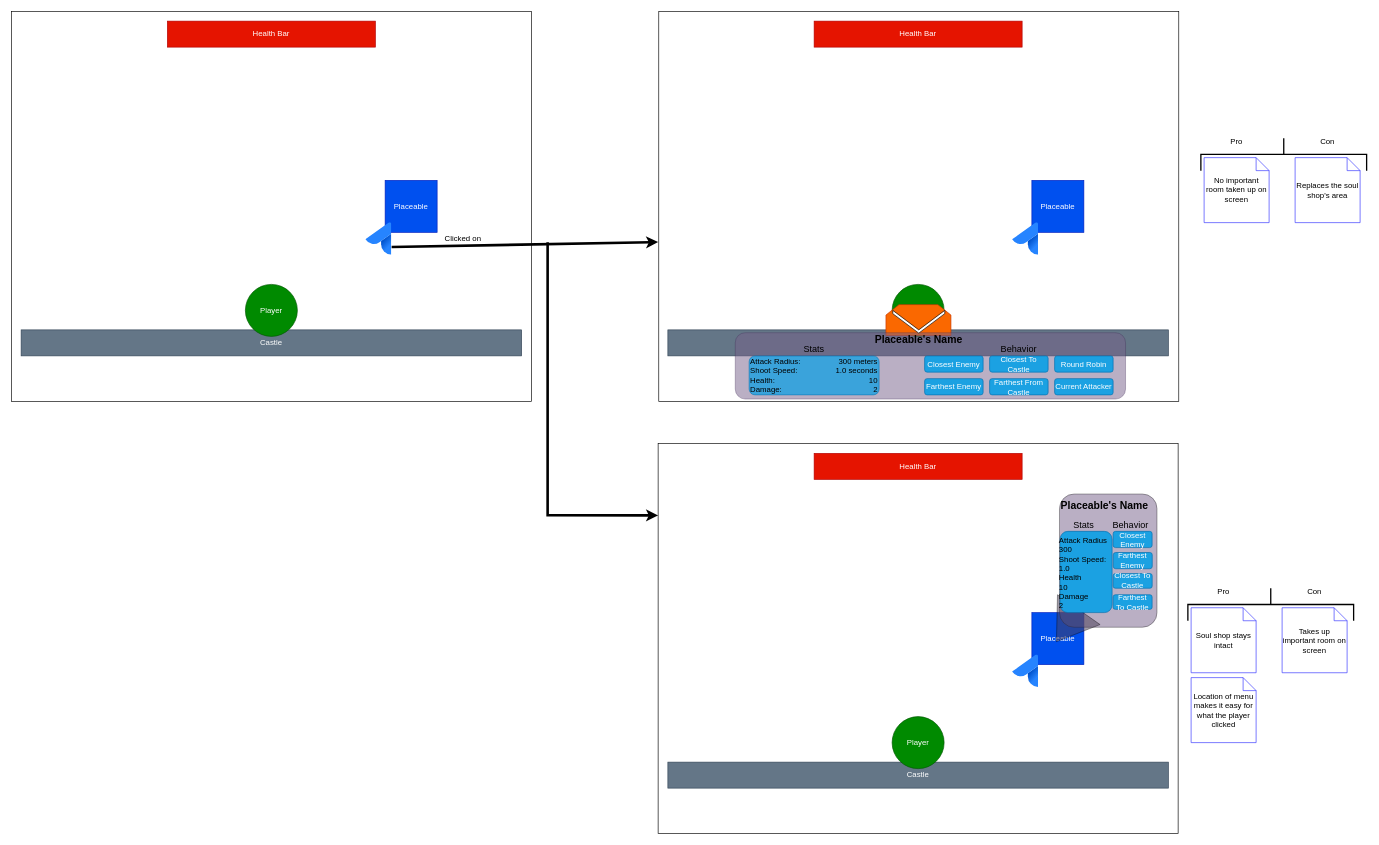
Earlier version of the draw.io diagram Design/PlaceableInfoDesign.drawio (Edge321/DragonsDefense_v2). Source tidied: cells renumbered, new cells numbered last; positions are measured from the earlier drawing's top-left corner, leaving out a move shared by most shapes. Both pictures are drawn from the tidied source at 65%, with x=0, y=0 at pixel (11, 11).
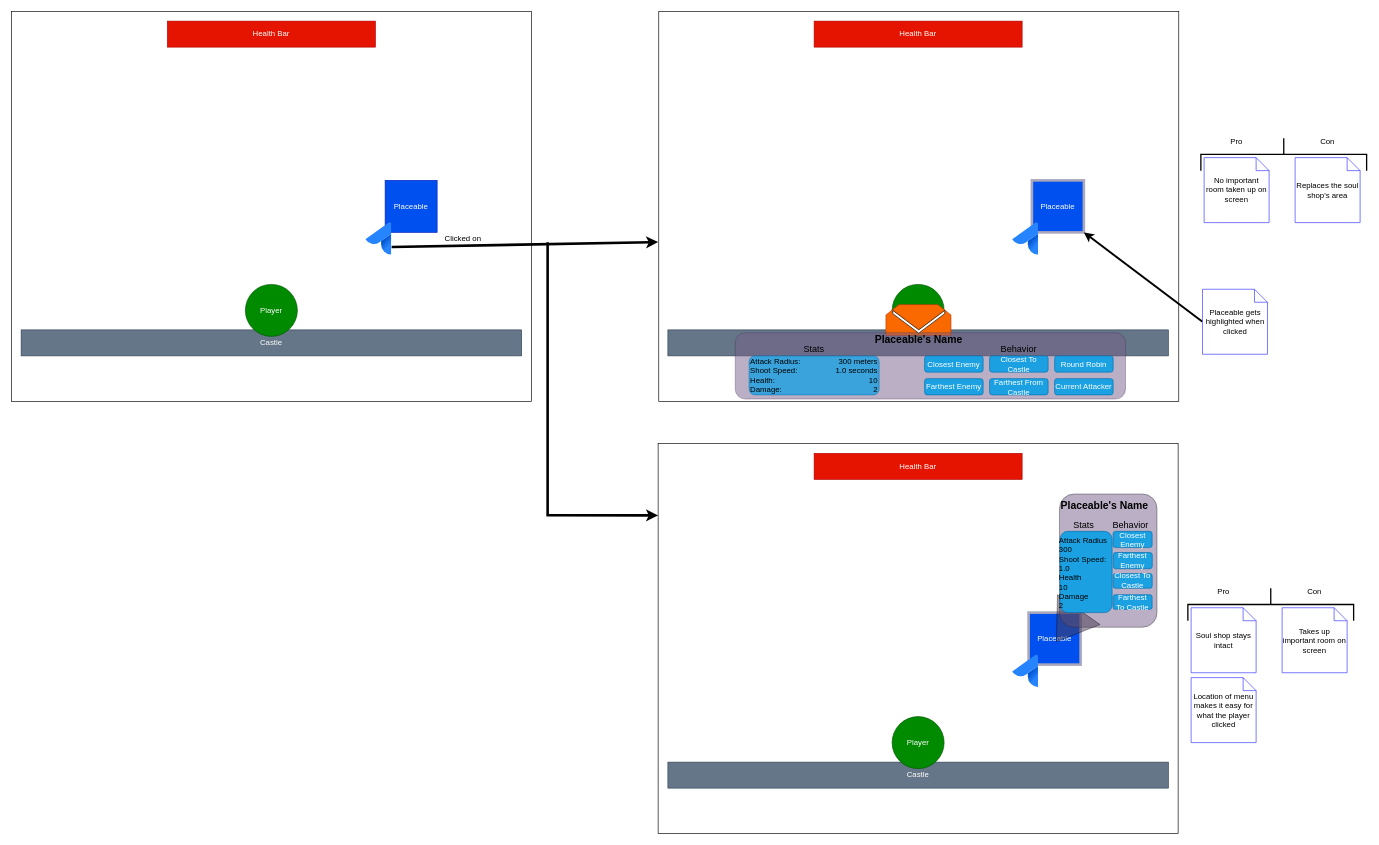
Above is the later version.

Change to the diagram source:
```diff
@@
-    <mxCell id="14" value="Placeable" style="whiteSpace=wrap;html=1;fillColor=#0050ef;fontColor=#ffffff;strokeColor=#001DBC;" parent="1" vertex="1">
+    <mxCell id="14" value="Placeable" style="whiteSpace=wrap;html=1;fillColor=#0050ef;fontColor=#ffffff;strokeColor=#A8A7BC;strokeWidth=4;" parent="1" vertex="1">
       <mxGeometry x="1570" y="260" width="80" height="80" as="geometry" />
     </mxCell>
@@
+    <mxCell id="21" value="Placeable" style="whiteSpace=wrap;html=1;fillColor=#0050ef;fontColor=#ffffff;strokeColor=#A8A7BC;strokeWidth=4;" parent="1" vertex="1">
+      <mxGeometry x="1565" y="925" width="80" height="80" as="geometry" />
+    </mxCell>
@@
-    <mxCell id="21" value="Placeable" style="whiteSpace=wrap;html=1;fillColor=#0050ef;fontColor=#ffffff;strokeColor=#001DBC;" parent="1" vertex="1">
-      <mxGeometry x="1570" y="925" width="80" height="80" as="geometry" />
-    </mxCell>
@@
+    <mxCell id="60" style="endArrow=classic;html=1;rounded=0;entryX=1;entryY=1;entryDx=0;entryDy=0;exitX=0;exitY=0.5;exitDx=0;exitDy=0;exitPerimeter=0;strokeWidth=3;" parent="1" edge="1" source="61" target="14">
+      <mxGeometry relative="1" as="geometry" />
+    </mxCell>
+    <mxCell id="61" value="Placeable gets highlighted when clicked" style="shape=note;size=20;whiteSpace=wrap;html=1;strokeColor=#3333FF;" parent="1" vertex="1">
+      <mxGeometry x="1832.5" y="427.5" width="100" height="100" as="geometry" />
+    </mxCell>
```
